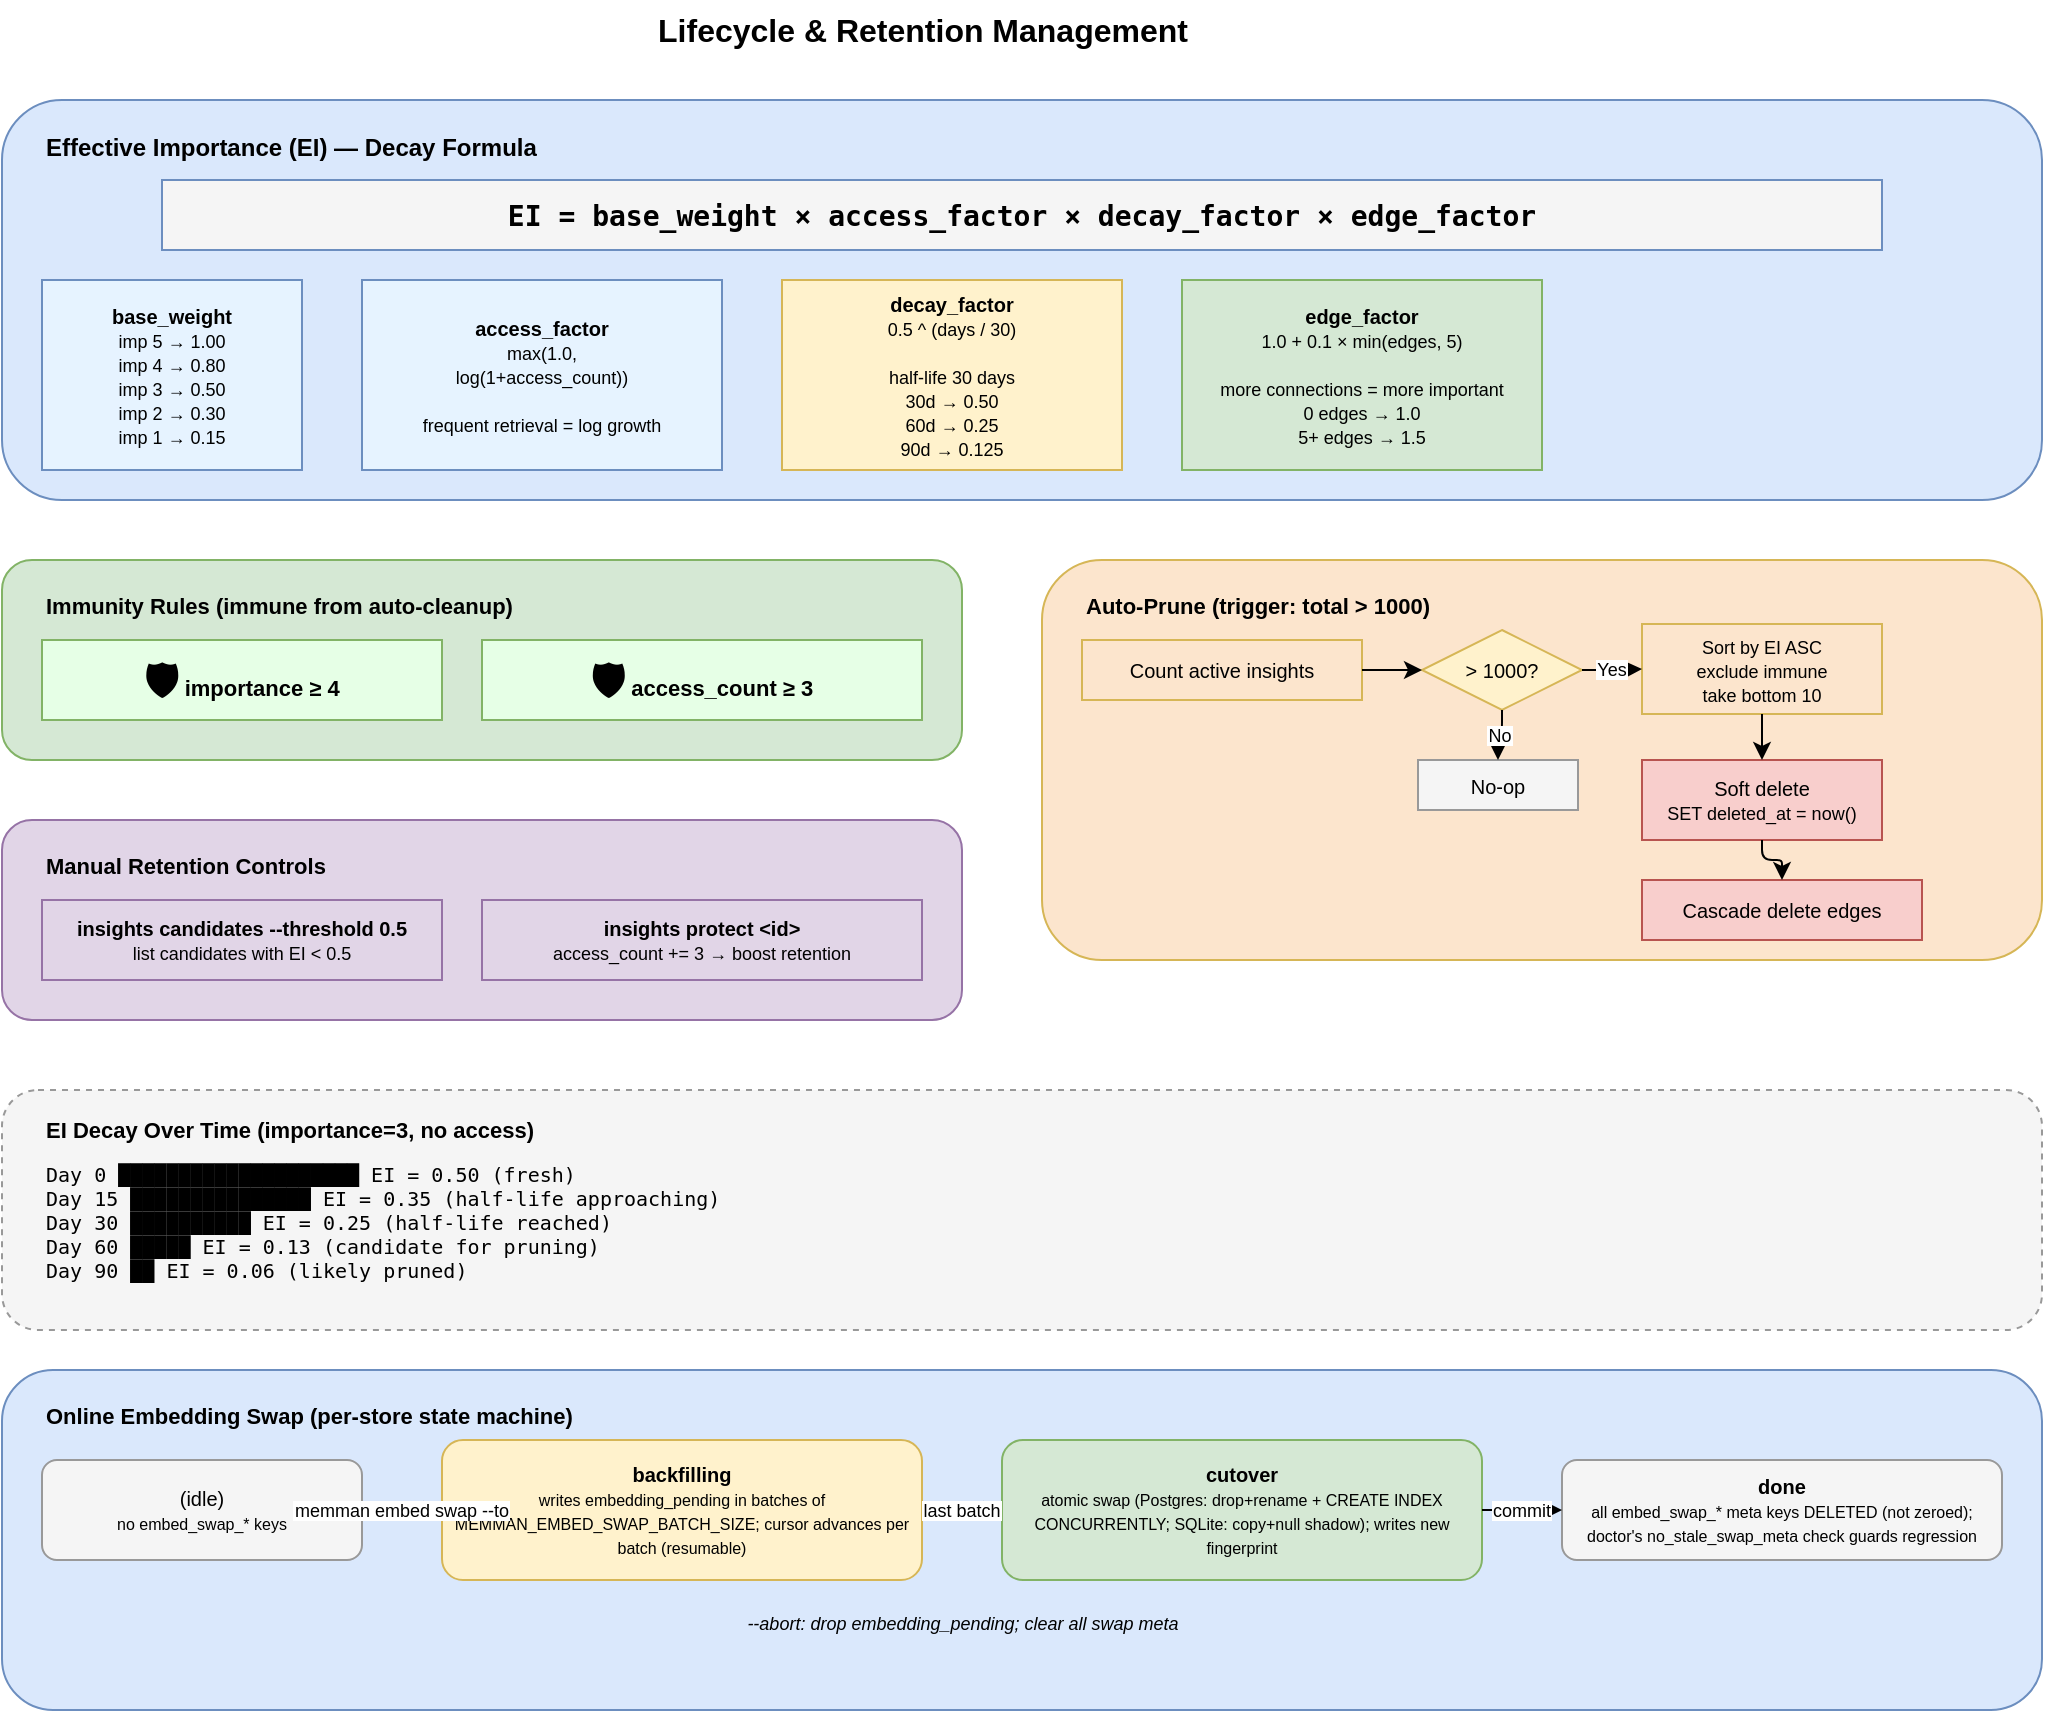
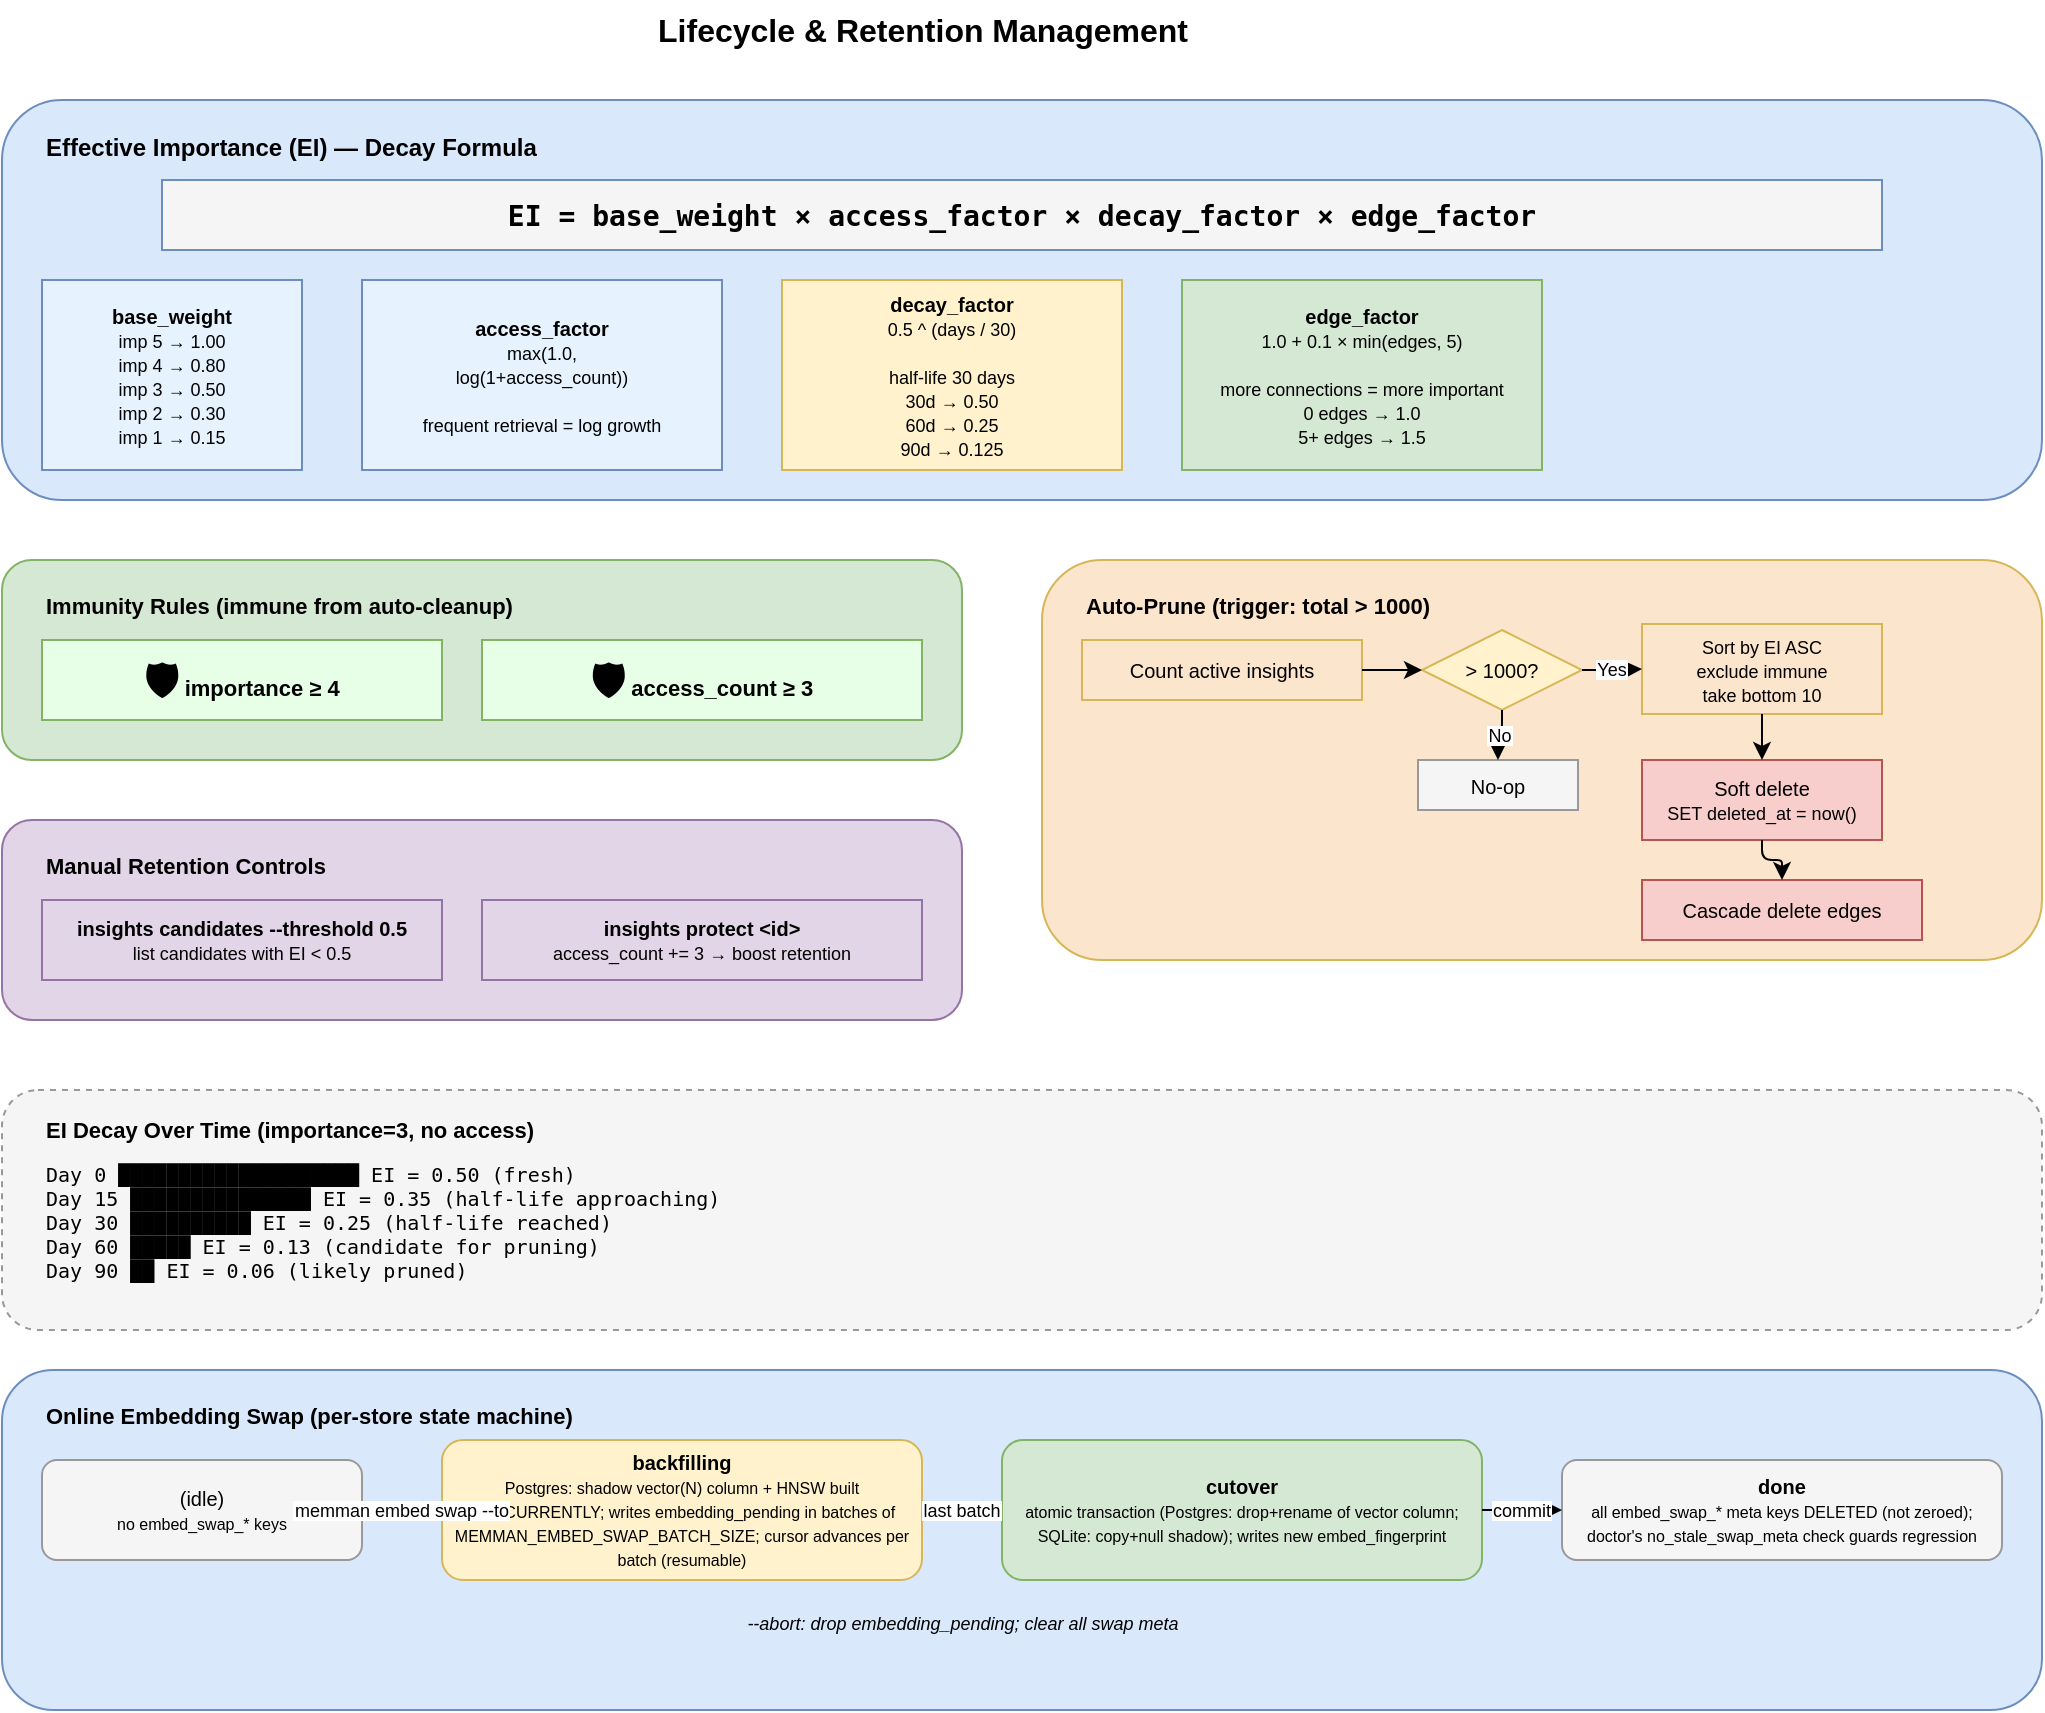
<mxfile host="app.diagrams.net" agent="Claude" version="24.0.0" type="device">
  <diagram id="lifecycle" name="Lifecycle &amp; Retention">
    <mxGraphModel dx="1422" dy="1000" grid="1" gridSize="10" guides="1" tooltips="1" connect="1" arrows="1" fold="1" page="1" pageScale="1" pageWidth="1100" pageHeight="900">
      <root>
        <mxCell id="0" />
        <mxCell id="1" parent="0" />
        <mxCell id="lc_title" value="&lt;b&gt;Lifecycle &amp; Retention Management&lt;/b&gt;" style="text;html=1;align=center;verticalAlign=middle;fontSize=16;strokeColor=none;fillColor=none;" vertex="1" parent="1">
          <mxGeometry x="300" y="10" width="400" height="30" as="geometry" />
        </mxCell>
        <mxCell id="lc_ei_box" value="" style="rounded=1;whiteSpace=wrap;html=1;fillColor=#dae8fc;strokeColor=#6c8ebf;verticalAlign=top;" vertex="1" parent="1">
          <mxGeometry x="40" y="60" width="1020" height="200" as="geometry" />
        </mxCell>
        <mxCell id="lc_ei_title" value="&lt;b&gt;Effective Importance (EI) — Decay Formula&lt;/b&gt;" style="text;html=1;align=left;fontSize=12;fillColor=none;strokeColor=none;fontStyle=1;" vertex="1" parent="1">
          <mxGeometry x="60" y="70" width="400" height="20" as="geometry" />
        </mxCell>
        <mxCell id="lc_formula" value="&lt;font style=&quot;font-size:14px; font-family:monospace;&quot;&gt;EI = base_weight × access_factor × decay_factor × edge_factor&lt;/font&gt;" style="rounded=0;whiteSpace=wrap;html=1;fillColor=#f5f5f5;strokeColor=#6c8ebf;fontSize=14;fontStyle=1;" vertex="1" parent="1">
          <mxGeometry x="120" y="100" width="860" height="35" as="geometry" />
        </mxCell>
        <mxCell id="lc_f1" value="&lt;b&gt;base_weight&lt;/b&gt;&lt;br&gt;&lt;font style=&quot;font-size:9px&quot;&gt;imp 5 → 1.00&lt;br&gt;imp 4 → 0.80&lt;br&gt;imp 3 → 0.50&lt;br&gt;imp 2 → 0.30&lt;br&gt;imp 1 → 0.15&lt;/font&gt;" style="rounded=0;whiteSpace=wrap;html=1;fillColor=#E6F3FF;strokeColor=#6c8ebf;fontSize=10;" vertex="1" parent="1">
          <mxGeometry x="60" y="150" width="130" height="95" as="geometry" />
        </mxCell>
        <mxCell id="lc_f2" value="&lt;b&gt;access_factor&lt;/b&gt;&lt;br&gt;&lt;font style=&quot;font-size:9px&quot;&gt;max(1.0,&lt;br&gt;log(1+access_count))&lt;br&gt;&lt;br&gt;frequent retrieval = log growth&lt;/font&gt;" style="rounded=0;whiteSpace=wrap;html=1;fillColor=#E6F3FF;strokeColor=#6c8ebf;fontSize=10;" vertex="1" parent="1">
          <mxGeometry x="220" y="150" width="180" height="95" as="geometry" />
        </mxCell>
        <mxCell id="lc_f3" value="&lt;b&gt;decay_factor&lt;/b&gt;&lt;br&gt;&lt;font style=&quot;font-size:9px&quot;&gt;0.5 ^ (days / 30)&lt;br&gt;&lt;br&gt;half-life 30 days&lt;br&gt;30d → 0.50&lt;br&gt;60d → 0.25&lt;br&gt;90d → 0.125&lt;/font&gt;" style="rounded=0;whiteSpace=wrap;html=1;fillColor=#fff2cc;strokeColor=#d6b656;fontSize=10;" vertex="1" parent="1">
          <mxGeometry x="430" y="150" width="170" height="95" as="geometry" />
        </mxCell>
        <mxCell id="lc_f4" value="&lt;b&gt;edge_factor&lt;/b&gt;&lt;br&gt;&lt;font style=&quot;font-size:9px&quot;&gt;1.0 + 0.1 × min(edges, 5)&lt;br&gt;&lt;br&gt;more connections = more important&lt;br&gt;0 edges → 1.0&lt;br&gt;5+ edges → 1.5&lt;/font&gt;" style="rounded=0;whiteSpace=wrap;html=1;fillColor=#d5e8d4;strokeColor=#82b366;fontSize=10;" vertex="1" parent="1">
          <mxGeometry x="630" y="150" width="180" height="95" as="geometry" />
        </mxCell>
        <mxCell id="lc_immune_box" value="" style="rounded=1;whiteSpace=wrap;html=1;fillColor=#d5e8d4;strokeColor=#82b366;" vertex="1" parent="1">
          <mxGeometry x="40" y="290" width="480" height="100" as="geometry" />
        </mxCell>
        <mxCell id="lc_immune_title" value="&lt;b&gt;Immunity Rules (immune from auto-cleanup)&lt;/b&gt;" style="text;html=1;align=left;fontSize=11;fillColor=none;strokeColor=none;" vertex="1" parent="1">
          <mxGeometry x="60" y="300" width="300" height="20" as="geometry" />
        </mxCell>
        <mxCell id="lc_im1" value="&lt;font style=&quot;font-size:20px&quot;&gt;🛡&lt;/font&gt; importance ≥ 4" style="rounded=0;whiteSpace=wrap;html=1;fillColor=#E6FFE6;strokeColor=#82b366;fontSize=11;fontStyle=1;" vertex="1" parent="1">
          <mxGeometry x="60" y="330" width="200" height="40" as="geometry" />
        </mxCell>
        <mxCell id="lc_im2" value="&lt;font style=&quot;font-size:20px&quot;&gt;🛡&lt;/font&gt; access_count ≥ 3" style="rounded=0;whiteSpace=wrap;html=1;fillColor=#E6FFE6;strokeColor=#82b366;fontSize=11;fontStyle=1;" vertex="1" parent="1">
          <mxGeometry x="280" y="330" width="220" height="40" as="geometry" />
        </mxCell>
        <mxCell id="lc_prune_box" value="" style="rounded=1;whiteSpace=wrap;html=1;fillColor=#fce5cd;strokeColor=#d6b656;" vertex="1" parent="1">
          <mxGeometry x="560" y="290" width="500" height="200" as="geometry" />
        </mxCell>
        <mxCell id="lc_prune_title" value="&lt;b&gt;Auto-Prune (trigger: total &gt; 1000)&lt;/b&gt;" style="text;html=1;align=left;fontSize=11;fillColor=none;strokeColor=none;" vertex="1" parent="1">
          <mxGeometry x="580" y="300" width="400" height="20" as="geometry" />
        </mxCell>
        <mxCell id="lc_p1" value="Count active insights" style="rounded=0;whiteSpace=wrap;html=1;fillColor=#fce5cd;strokeColor=#d6b656;fontSize=10;" vertex="1" parent="1">
          <mxGeometry x="580" y="330" width="140" height="30" as="geometry" />
        </mxCell>
        <mxCell id="lc_pq" value="&gt; 1000?" style="rhombus;whiteSpace=wrap;html=1;fillColor=#fff2cc;strokeColor=#d6b656;fontSize=10;" vertex="1" parent="1">
          <mxGeometry x="750" y="325" width="80" height="40" as="geometry" />
        </mxCell>
        <mxCell id="lc_pe1" style="edgeStyle=orthogonalEdgeStyle;rounded=1;" edge="1" parent="1" source="lc_p1" target="lc_pq">
          <mxGeometry relative="1" as="geometry" />
        </mxCell>
        <mxCell id="lc_p2" value="&lt;font style=&quot;font-size:9px&quot;&gt;Sort by EI ASC&lt;br&gt;exclude immune&lt;br&gt;take bottom 10&lt;/font&gt;" style="rounded=0;whiteSpace=wrap;html=1;fillColor=#fce5cd;strokeColor=#d6b656;fontSize=10;" vertex="1" parent="1">
          <mxGeometry x="860" y="322" width="120" height="45" as="geometry" />
        </mxCell>
        <mxCell id="lc_pe2" value="Yes" style="edgeStyle=orthogonalEdgeStyle;rounded=1;fontSize=9;" edge="1" parent="1" source="lc_pq" target="lc_p2">
          <mxGeometry relative="1" as="geometry" />
        </mxCell>
        <mxCell id="lc_p3" value="Soft delete&lt;br&gt;&lt;font style=&quot;font-size:9px&quot;&gt;SET deleted_at = now()&lt;/font&gt;" style="rounded=0;whiteSpace=wrap;html=1;fillColor=#f8cecc;strokeColor=#b85450;fontSize=10;" vertex="1" parent="1">
          <mxGeometry x="860" y="390" width="120" height="40" as="geometry" />
        </mxCell>
        <mxCell id="lc_pe3" style="edgeStyle=orthogonalEdgeStyle;rounded=1;" edge="1" parent="1" source="lc_p2" target="lc_p3">
          <mxGeometry relative="1" as="geometry" />
        </mxCell>
        <mxCell id="lc_p4" value="Cascade delete edges" style="rounded=0;whiteSpace=wrap;html=1;fillColor=#f8cecc;strokeColor=#b85450;fontSize=10;" vertex="1" parent="1">
          <mxGeometry x="860" y="450" width="140" height="30" as="geometry" />
        </mxCell>
        <mxCell id="lc_pe4" style="edgeStyle=orthogonalEdgeStyle;rounded=1;" edge="1" parent="1" source="lc_p3" target="lc_p4">
          <mxGeometry relative="1" as="geometry" />
        </mxCell>
        <mxCell id="lc_pskip" value="No-op" style="rounded=0;whiteSpace=wrap;html=1;fillColor=#f5f5f5;strokeColor=#999999;fontSize=10;" vertex="1" parent="1">
          <mxGeometry x="748" y="390" width="80" height="25" as="geometry" />
        </mxCell>
        <mxCell id="lc_pe5" value="No" style="edgeStyle=orthogonalEdgeStyle;rounded=1;fontSize=9;" edge="1" parent="1" source="lc_pq" target="lc_pskip">
          <mxGeometry relative="1" as="geometry" />
        </mxCell>
        <mxCell id="lc_gc_box" value="" style="rounded=1;whiteSpace=wrap;html=1;fillColor=#e1d5e7;strokeColor=#9673a6;" vertex="1" parent="1">
          <mxGeometry x="40" y="420" width="480" height="100" as="geometry" />
        </mxCell>
        <mxCell id="lc_gc_title" value="&lt;b&gt;Manual Retention Controls&lt;/b&gt;" style="text;html=1;align=left;fontSize=11;fillColor=none;strokeColor=none;" vertex="1" parent="1">
          <mxGeometry x="60" y="430" width="200" height="20" as="geometry" />
        </mxCell>
        <mxCell id="lc_gc1" value="&lt;b&gt;insights candidates --threshold 0.5&lt;/b&gt;&lt;br&gt;&lt;font style=&quot;font-size:9px&quot;&gt;list candidates with EI &lt; 0.5&lt;/font&gt;" style="rounded=0;whiteSpace=wrap;html=1;fillColor=#e1d5e7;strokeColor=#9673a6;fontSize=10;" vertex="1" parent="1">
          <mxGeometry x="60" y="460" width="200" height="40" as="geometry" />
        </mxCell>
        <mxCell id="lc_gc2" value="&lt;b&gt;insights protect &amp;lt;id&amp;gt;&lt;/b&gt;&lt;br&gt;&lt;font style=&quot;font-size:9px&quot;&gt;access_count += 3 → boost retention&lt;/font&gt;" style="rounded=0;whiteSpace=wrap;html=1;fillColor=#e1d5e7;strokeColor=#9673a6;fontSize=10;" vertex="1" parent="1">
          <mxGeometry x="280" y="460" width="220" height="40" as="geometry" />
        </mxCell>
        <mxCell id="lc_time_box" value="" style="rounded=1;whiteSpace=wrap;html=1;fillColor=#f5f5f5;strokeColor=#999999;dashed=1;" vertex="1" parent="1">
          <mxGeometry x="40" y="555" width="1020" height="120" as="geometry" />
        </mxCell>
        <mxCell id="lc_time_title" value="&lt;b&gt;EI Decay Over Time (importance=3, no access)&lt;/b&gt;" style="text;html=1;align=left;fontSize=11;fillColor=none;strokeColor=none;" vertex="1" parent="1">
          <mxGeometry x="60" y="562" width="400" height="20" as="geometry" />
        </mxCell>
        <mxCell id="lc_timeline" value="&lt;font style=&quot;font-family:monospace; font-size:10px&quot;&gt;Day 0   ████████████████████  EI = 0.50  (fresh)&lt;br&gt;Day 15  ███████████████       EI = 0.35  (half-life approaching)&lt;br&gt;Day 30  ██████████            EI = 0.25  (half-life reached)&lt;br&gt;Day 60  █████                 EI = 0.13  (candidate for pruning)&lt;br&gt;Day 90  ██                    EI = 0.06  (likely pruned)&lt;/font&gt;" style="text;html=1;align=left;fontSize=10;fillColor=none;strokeColor=none;verticalAlign=top;" vertex="1" parent="1">
          <mxGeometry x="60" y="585" width="980" height="80" as="geometry" />
        </mxCell>
        <mxCell id="lc_swap_box" value="" style="rounded=1;whiteSpace=wrap;html=1;fillColor=#dae8fc;strokeColor=#6c8ebf;" vertex="1" parent="1">
          <mxGeometry x="40" y="695" width="1020" height="170" as="geometry" />
        </mxCell>
        <mxCell id="lc_swap_title" value="&lt;b&gt;Online Embedding Swap (per-store state machine)&lt;/b&gt;" style="text;html=1;align=left;fontSize=11;fillColor=none;strokeColor=none;" vertex="1" parent="1">
          <mxGeometry x="60" y="705" width="400" height="20" as="geometry" />
        </mxCell>
        <mxCell id="lc_sw1" value="(idle)&lt;br&gt;&lt;font style=&quot;font-size:8px&quot;&gt;no embed_swap_* keys&lt;/font&gt;" style="rounded=1;whiteSpace=wrap;html=1;fillColor=#f5f5f5;strokeColor=#999;fontSize=10;" vertex="1" parent="1">
          <mxGeometry x="60" y="740" width="160" height="50" as="geometry" />
        </mxCell>
-         <mxCell id="lc_sw2" value="&lt;b&gt;backfilling&lt;/b&gt;&lt;br&gt;&lt;font style=&quot;font-size:8px&quot;&gt;writes embedding_pending in batches of MEMMAN_EMBED_SWAP_BATCH_SIZE; cursor advances per batch (resumable)&lt;/font&gt;" style="rounded=1;whiteSpace=wrap;html=1;fillColor=#fff2cc;strokeColor=#d6b656;fontSize=10;" vertex="1" parent="1">
+         <mxCell id="lc_sw2" value="&lt;b&gt;backfilling&lt;/b&gt;&lt;br&gt;&lt;font style=&quot;font-size:8px&quot;&gt;Postgres: shadow vector(N) column + HNSW built CONCURRENTLY; writes embedding_pending in batches of MEMMAN_EMBED_SWAP_BATCH_SIZE; cursor advances per batch (resumable)&lt;/font&gt;" style="rounded=1;whiteSpace=wrap;html=1;fillColor=#fff2cc;strokeColor=#d6b656;fontSize=10;" vertex="1" parent="1">
          <mxGeometry x="260" y="730" width="240" height="70" as="geometry" />
        </mxCell>
-         <mxCell id="lc_sw3" value="&lt;b&gt;cutover&lt;/b&gt;&lt;br&gt;&lt;font style=&quot;font-size:8px&quot;&gt;atomic swap (Postgres: drop+rename + CREATE INDEX CONCURRENTLY; SQLite: copy+null shadow); writes new fingerprint&lt;/font&gt;" style="rounded=1;whiteSpace=wrap;html=1;fillColor=#d5e8d4;strokeColor=#82b366;fontSize=10;" vertex="1" parent="1">
+         <mxCell id="lc_sw3" value="&lt;b&gt;cutover&lt;/b&gt;&lt;br&gt;&lt;font style=&quot;font-size:8px&quot;&gt;atomic transaction (Postgres: drop+rename of vector column; SQLite: copy+null shadow); writes new embed_fingerprint&lt;/font&gt;" style="rounded=1;whiteSpace=wrap;html=1;fillColor=#d5e8d4;strokeColor=#82b366;fontSize=10;" vertex="1" parent="1">
          <mxGeometry x="540" y="730" width="240" height="70" as="geometry" />
        </mxCell>
        <mxCell id="lc_sw4" value="&lt;b&gt;done&lt;/b&gt;&lt;br&gt;&lt;font style=&quot;font-size:8px&quot;&gt;all embed_swap_* meta keys DELETED (not zeroed); doctor's no_stale_swap_meta check guards regression&lt;/font&gt;" style="rounded=1;whiteSpace=wrap;html=1;fillColor=#f5f5f5;strokeColor=#999;fontSize=10;" vertex="1" parent="1">
          <mxGeometry x="820" y="740" width="220" height="50" as="geometry" />
        </mxCell>
        <mxCell id="lc_swe1" value="memman embed swap --to" style="edgeStyle=orthogonalEdgeStyle;rounded=1;fontSize=9;" edge="1" parent="1" source="lc_sw1" target="lc_sw2">
          <mxGeometry relative="1" as="geometry" />
        </mxCell>
        <mxCell id="lc_swe2" value="last batch" style="edgeStyle=orthogonalEdgeStyle;rounded=1;fontSize=9;" edge="1" parent="1" source="lc_sw2" target="lc_sw3">
          <mxGeometry relative="1" as="geometry" />
        </mxCell>
        <mxCell id="lc_swe3" value="commit" style="edgeStyle=orthogonalEdgeStyle;rounded=1;fontSize=9;" edge="1" parent="1" source="lc_sw3" target="lc_sw4">
          <mxGeometry relative="1" as="geometry" />
        </mxCell>
        <mxCell id="lc_sw_abort" value="--abort: drop embedding_pending; clear all swap meta" style="text;html=1;align=center;fontSize=9;fillColor=none;strokeColor=none;fontStyle=2;" vertex="1" parent="1">
          <mxGeometry x="260" y="810" width="520" height="20" as="geometry" />
        </mxCell>
      </root>
    </mxGraphModel>
  </diagram>
</mxfile>
